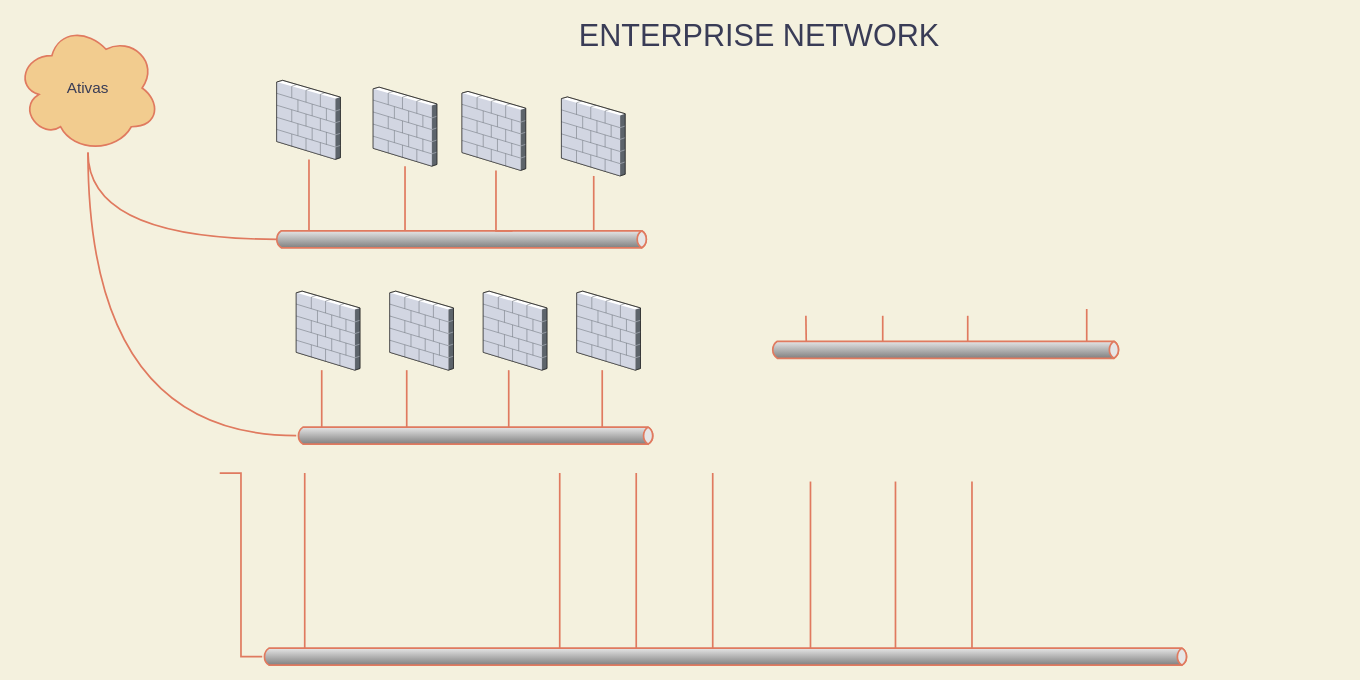
This is Untitled Diagram.drawio from DennisNgrox/zabbix, a draw.io file, before an edit. Source tidied: cells renumbered, new cells numbered last; positions are measured from the earlier drawing's top-left corner, leaving out a move shared by most shapes. Both pictures are drawn from the tidied source at 85%, with x=0, y=0 at pixel (15, 14).
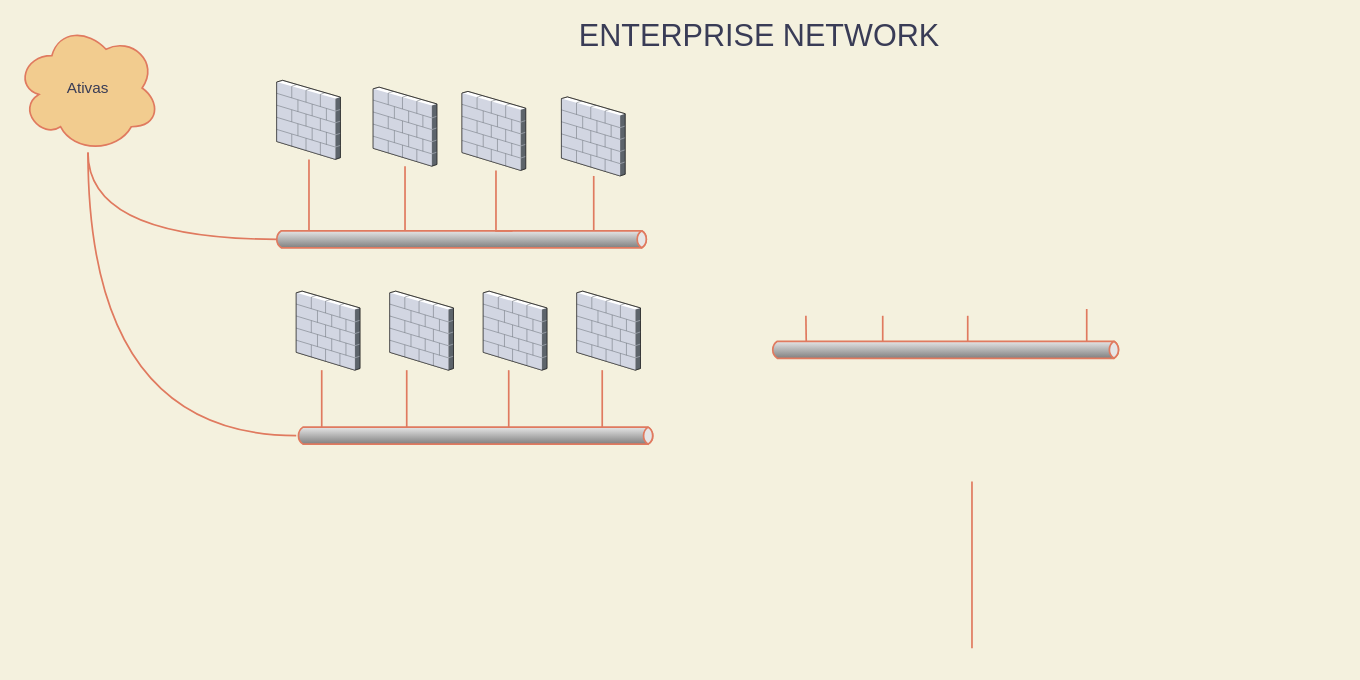
After the change.

Diff of the diagram source:
```diff
@@
-    <mxCell id="5" style="strokeWidth=2;strokeColor=#E07A5F;dashed=0;align=center;html=1;fontSize=8;shape=mxgraph.eip.messageChannel;shadow=0;fillColor=#F2CC8F;fontColor=#393C56;fontStyle=0;" parent="1" vertex="1">
-      <mxGeometry x="290" y="745" width="1090" height="20" as="geometry" />
-    </mxCell>
@@
-    <mxCell id="10" style="edgeStyle=elbowEdgeStyle;strokeWidth=2;rounded=0;endArrow=none;startArrow=none;startSize=10;endSize=10;dashed=0;html=1;strokeColor=#E07A5F;fontSize=18;fontColor=#393C56;startFill=0;endFill=0;fontStyle=0;labelBackgroundColor=#F4F1DE;" parent="1" edge="1" target="5">
-      <mxGeometry relative="1" as="geometry">
-        <mxPoint x="340" y="539" as="sourcePoint" />
-      </mxGeometry>
-    </mxCell>
-    <mxCell id="11" style="edgeStyle=elbowEdgeStyle;strokeWidth=2;rounded=0;endArrow=none;startArrow=none;startSize=10;endSize=10;dashed=0;html=1;strokeColor=#E07A5F;fontSize=18;fontColor=#393C56;startFill=0;endFill=0;fontStyle=0;labelBackgroundColor=#F4F1DE;" parent="1" edge="1" target="5">
-      <mxGeometry relative="1" as="geometry">
-        <mxPoint x="640" y="539" as="sourcePoint" />
-      </mxGeometry>
-    </mxCell>
-    <mxCell id="12" style="edgeStyle=elbowEdgeStyle;strokeWidth=2;rounded=0;endArrow=none;startArrow=none;startSize=10;endSize=10;dashed=0;html=1;strokeColor=#E07A5F;fontSize=18;fontColor=#393C56;startFill=0;endFill=0;fontStyle=0;labelBackgroundColor=#F4F1DE;" parent="1" edge="1" target="5">
-      <mxGeometry relative="1" as="geometry">
-        <mxPoint x="730" y="539" as="sourcePoint" />
-      </mxGeometry>
-    </mxCell>
-    <mxCell id="13" style="edgeStyle=elbowEdgeStyle;strokeWidth=2;rounded=0;endArrow=none;startArrow=none;startSize=10;endSize=10;dashed=0;html=1;strokeColor=#E07A5F;fontSize=18;fontColor=#393C56;startFill=0;endFill=0;fontStyle=0;labelBackgroundColor=#F4F1DE;" parent="1" edge="1" target="5">
-      <mxGeometry relative="1" as="geometry">
-        <mxPoint x="820" y="539" as="sourcePoint" />
-      </mxGeometry>
-    </mxCell>
-    <mxCell id="14" style="edgeStyle=elbowEdgeStyle;strokeWidth=2;rounded=0;endArrow=none;startArrow=none;startSize=10;endSize=10;dashed=0;html=1;strokeColor=#E07A5F;fontSize=18;fontColor=#393C56;startFill=0;endFill=0;fontStyle=0;labelBackgroundColor=#F4F1DE;" parent="1" edge="1" target="5">
-      <mxGeometry relative="1" as="geometry">
-        <mxPoint x="935" y="549" as="sourcePoint" />
-      </mxGeometry>
-    </mxCell>
-    <mxCell id="15" style="edgeStyle=elbowEdgeStyle;strokeWidth=2;rounded=0;endArrow=none;startArrow=none;startSize=10;endSize=10;dashed=0;html=1;strokeColor=#E07A5F;fontSize=18;fontColor=#393C56;startFill=0;endFill=0;fontStyle=0;labelBackgroundColor=#F4F1DE;" parent="1" edge="1" target="5">
-      <mxGeometry relative="1" as="geometry">
-        <mxPoint x="1035" y="549" as="sourcePoint" />
-      </mxGeometry>
-    </mxCell>
-    <mxCell id="16" style="edgeStyle=elbowEdgeStyle;strokeWidth=2;rounded=0;endArrow=none;startArrow=none;startSize=10;endSize=10;dashed=0;html=1;strokeColor=#E07A5F;fontSize=18;fontColor=#393C56;startFill=0;endFill=0;fontStyle=0;labelBackgroundColor=#F4F1DE;" parent="1" edge="1" target="5">
+    <mxCell id="16" style="edgeStyle=elbowEdgeStyle;strokeWidth=2;rounded=0;endArrow=none;startArrow=none;startSize=10;endSize=10;dashed=0;html=1;strokeColor=#E07A5F;fontSize=18;fontColor=#393C56;startFill=0;endFill=0;fontStyle=0;labelBackgroundColor=#F4F1DE;" parent="1" edge="1">
       <mxGeometry relative="1" as="geometry">
         <mxPoint x="1125" y="549" as="sourcePoint" />
+        <mxPoint x="1124.8" y="745" as="targetPoint" />
       </mxGeometry>
     </mxCell>
@@
-    <mxCell id="23" style="edgeStyle=elbowEdgeStyle;strokeWidth=2;rounded=0;endArrow=none;startArrow=none;startSize=10;endSize=10;dashed=0;html=1;strokeColor=#E07A5F;fontSize=18;fontColor=#393C56;startFill=0;endFill=0;fontStyle=0;labelBackgroundColor=#F4F1DE;" parent="1" edge="1" target="5">
-      <mxGeometry relative="1" as="geometry">
-        <mxPoint x="240" y="539" as="sourcePoint" />
-      </mxGeometry>
-    </mxCell>
```
